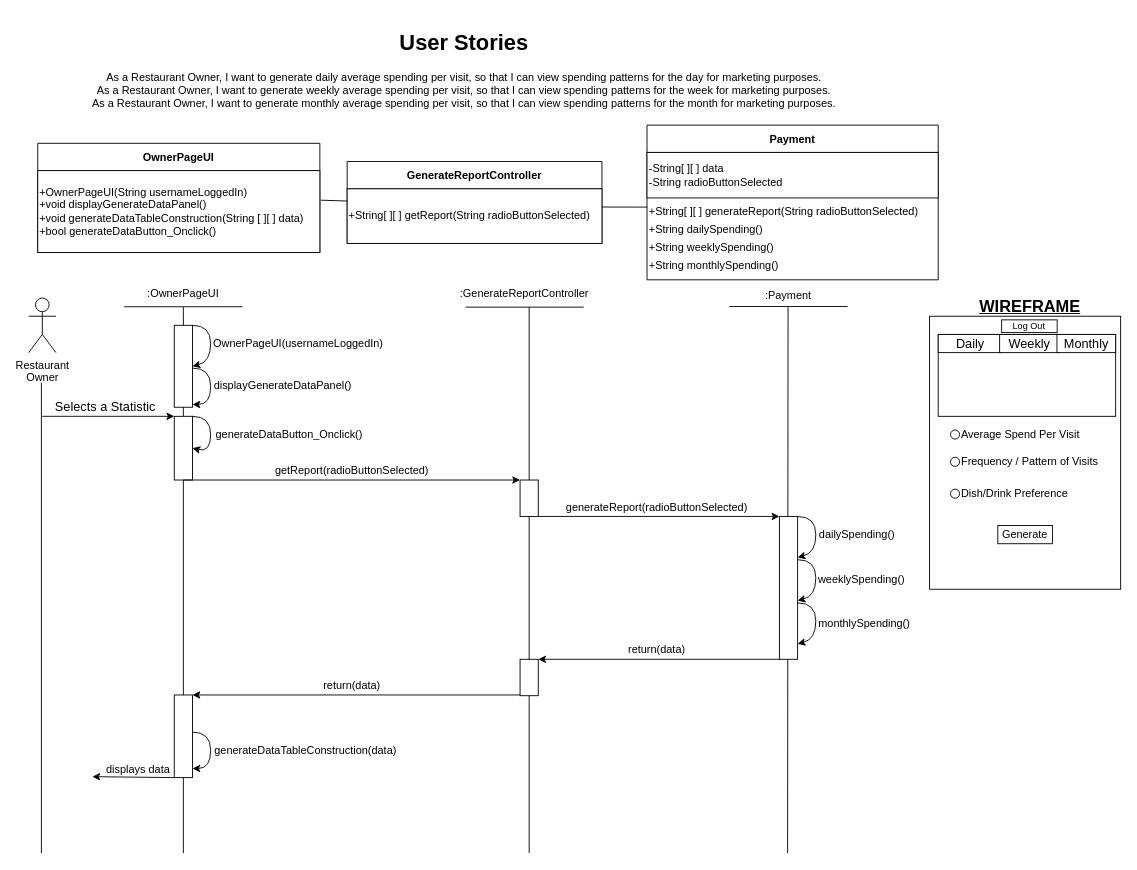
This is BCE_UML_and_Diagrams/RestaurantOwner/RestaurantOwner_AverageSpending_#37_38_39.drawio from extred5700/JAVAGUI-Restaurant-Table-Order-System, a draw.io file, before an edit. Source tidied: cells renumbered, new cells numbered last; positions are measured from the earlier drawing's top-left corner, leaving out a move shared by most shapes. Both pictures are drawn from the tidied source at 91%, with x=0, y=0 at pixel (28, 25).
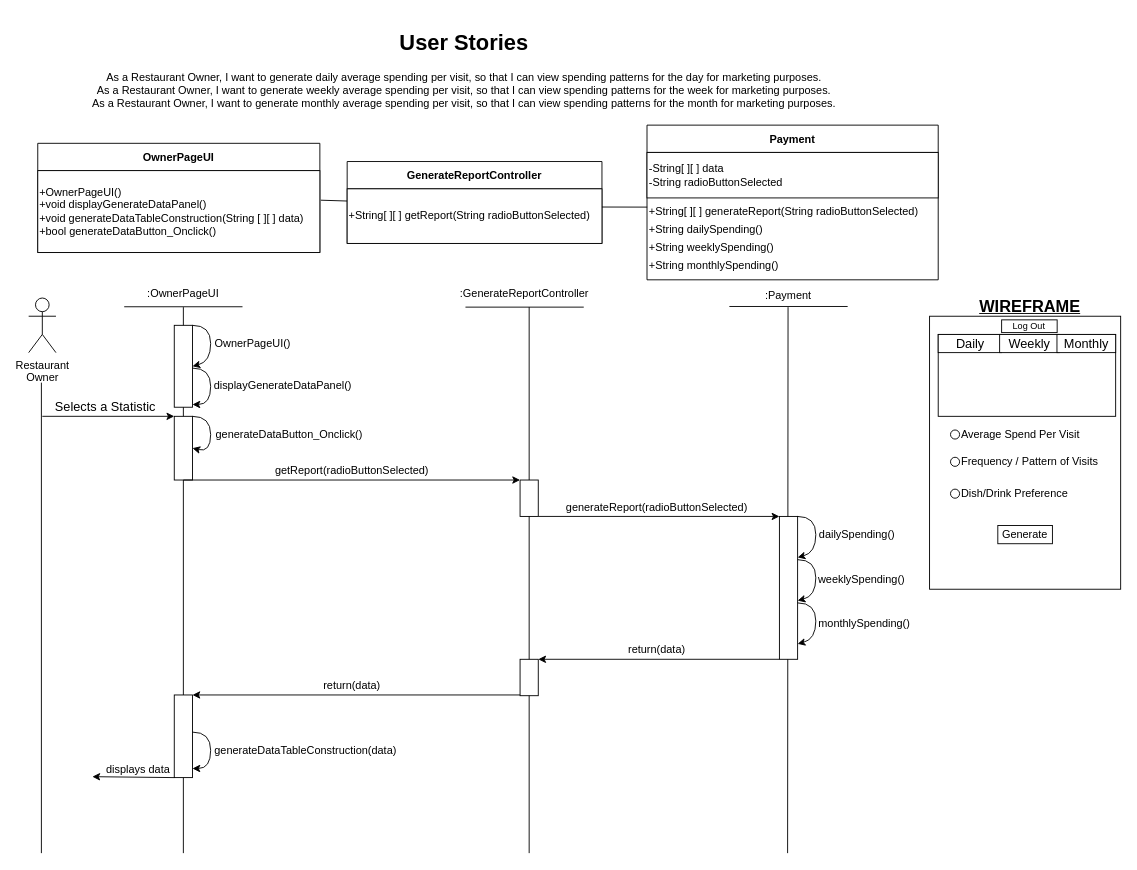
Above is the later version.

Commit message (it also covers changes not shown here):
Fixed Restaurant Owner (Consistency)

Unchanged cells that the change refers to:
```xml
<mxCell id="2" value="OwnerPageUI" style="swimlane;startSize=30;" parent="1" vertex="1">
  <mxGeometry x="10" y="130" width="310" height="120" as="geometry" />
</mxCell>
```

The edit, as a diff of the source:
```diff
@@
-    <mxCell id="3" value="+OwnerPageUI(String usernameLoggedIn)&lt;br&gt;+void displayGenerateDataPanel()&lt;br&gt;+void generateDataTableConstruction(String [ ][ ] data)&lt;br&gt;+bool generateDataButton_Onclick()&lt;span&gt;&lt;br&gt;&lt;/span&gt;" style="whiteSpace=wrap;html=1;align=left;" parent="2" vertex="1">
+    <mxCell id="3" value="+OwnerPageUI()&lt;br&gt;+void displayGenerateDataPanel()&lt;br&gt;+void generateDataTableConstruction(String [ ][ ] data)&lt;br&gt;+bool generateDataButton_Onclick()&lt;span&gt;&lt;br&gt;&lt;/span&gt;" style="whiteSpace=wrap;html=1;align=left;" parent="2" vertex="1">
       <mxGeometry y="30" width="310" height="90" as="geometry" />
     </mxCell>
@@
-    <mxCell id="25" value="OwnerPageUI(usernameLoggedIn)" style="text;html=1;align=center;verticalAlign=middle;strokeColor=none;fillColor=none;" parent="1" vertex="1">
-      <mxGeometry x="196" y="340" width="200" height="20" as="geometry" />
+    <mxCell id="25" value="OwnerPageUI()" style="text;html=1;align=center;verticalAlign=middle;strokeColor=none;fillColor=none;" parent="1" vertex="1">
+      <mxGeometry x="196" y="340" width="100" height="20" as="geometry" />
     </mxCell>
```
